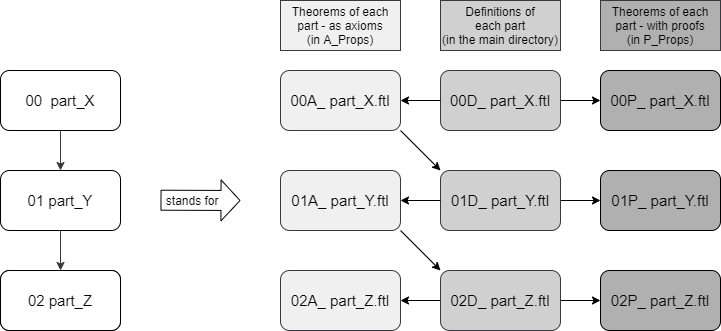
Felix-Thiele/Lin-Algebra-Formalization-FTL keeps this draw.io diagram as project_structure_explained.png. Above is the earlier version. Source tidied: cells renumbered, new cells last; positions are measured from the earlier drawing's top-left corner, leaving out a move shared by most shapes.
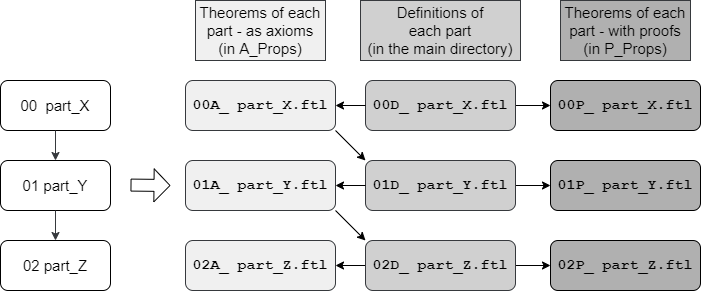
After the change.

What changed in the source:
```diff
@@ -3,91 +3,85 @@
     <mxCell id="0" />
     <mxCell id="1" parent="0" />
     <mxCell id="2" value="00&amp;nbsp; part_X" style="rounded=1;whiteSpace=wrap;html=1;fontSize=15;" parent="1" vertex="1">
-      <mxGeometry y="70" width="120" height="60" as="geometry" />
+      <mxGeometry x="-220" y="280" width="110" height="50" as="geometry" />
     </mxCell>
     <mxCell id="3" value="01 part_Y" style="rounded=1;whiteSpace=wrap;html=1;fontSize=15;" parent="1" vertex="1">
-      <mxGeometry y="170" width="120" height="60" as="geometry" />
+      <mxGeometry x="-220" y="360" width="110" height="50" as="geometry" />
     </mxCell>
-    <mxCell id="4" value="02 chapter_Z" style="rounded=1;whiteSpace=wrap;html=1;fontSize=15;" parent="1" vertex="1">
-      <mxGeometry y="270" width="120" height="60" as="geometry" />
-    </mxCell>
-    <mxCell id="5" style="endArrow=classic;html=1;fontSize=15;exitX=0.5;exitY=1;exitDx=0;exitDy=0;entryX=0.5;entryY=0;entryDx=0;entryDy=0;fillColor=#eeeeee;strokeColor=#36393d;" parent="1" edge="1" source="3" target="4">
+    <mxCell id="5" style="endArrow=classic;html=1;fontSize=15;exitX=0.5;exitY=1;exitDx=0;exitDy=0;entryX=0.5;entryY=0;entryDx=0;entryDy=0;fillColor=#eeeeee;strokeColor=#36393d;" parent="1" edge="1" source="3" target="7">
       <mxGeometry relative="1" as="geometry" />
     </mxCell>
     <mxCell id="6" style="endArrow=classic;html=1;fontSize=15;exitX=0.5;exitY=1;exitDx=0;exitDy=0;fillColor=#eeeeee;strokeColor=#36393d;" parent="1" edge="1" source="2" target="3">
       <mxGeometry relative="1" as="geometry" />
     </mxCell>
     <mxCell id="7" value="02 part_Z" style="rounded=1;whiteSpace=wrap;html=1;fontSize=15;" parent="1" vertex="1">
-      <mxGeometry y="270" width="120" height="60" as="geometry" />
+      <mxGeometry x="-220" y="440" width="110" height="50" as="geometry" />
     </mxCell>
-    <mxCell id="8" style="rounded=0;jettySize=auto;html=1;exitX=1;exitY=0.5;exitDx=0;exitDy=0;entryX=0;entryY=0.5;entryDx=0;entryDy=0;align=right;" parent="1" edge="1" source="9" target="15">
+    <mxCell id="8" style="rounded=0;jettySize=auto;html=1;exitX=1;exitY=0.5;exitDx=0;exitDy=0;entryX=0;entryY=0.5;entryDx=0;entryDy=0;align=right;fontFamily=Courier New;fontSize=15;fontStyle=1;" parent="1" edge="1" source="9" target="15">
       <mxGeometry relative="1" as="geometry" />
     </mxCell>
-    <mxCell id="9" value="00D_ part_X.ftl" style="rounded=1;whiteSpace=wrap;html=1;fontSize=15;fillColor=#D0D0D0;strokeColor=#36393d;" parent="1" vertex="1">
-      <mxGeometry x="440" y="70" width="120" height="60" as="geometry" />
+    <mxCell id="9" value="00D_ part_X.ftl" style="rounded=1;whiteSpace=wrap;html=1;fontSize=15;fillColor=#D0D0D0;strokeColor=#36393d;fontFamily=Courier New;fontStyle=1;" parent="1" vertex="1">
+      <mxGeometry x="145" y="280" width="150" height="50" as="geometry" />
     </mxCell>
-    <mxCell id="10" style="rounded=0;jettySize=auto;html=1;exitX=1;exitY=0.5;exitDx=0;exitDy=0;entryX=0;entryY=0.5;entryDx=0;entryDy=0;align=right;" parent="1" edge="1" source="11" target="16">
+    <mxCell id="10" style="rounded=0;jettySize=auto;html=1;exitX=1;exitY=0.5;exitDx=0;exitDy=0;entryX=0;entryY=0.5;entryDx=0;entryDy=0;align=right;fontFamily=Courier New;fontSize=15;fontStyle=1;" parent="1" edge="1" source="11" target="16">
       <mxGeometry relative="1" as="geometry" />
     </mxCell>
-    <mxCell id="11" value="01D_ part_Y.ftl" style="rounded=1;whiteSpace=wrap;html=1;fontSize=15;fillColor=#D0D0D0;strokeColor=#36393d;" parent="1" vertex="1">
-      <mxGeometry x="440" y="170" width="120" height="60" as="geometry" />
+    <mxCell id="11" value="01D_ part_Y.ftl" style="rounded=1;whiteSpace=wrap;html=1;fontSize=15;fillColor=#D0D0D0;strokeColor=#36393d;fontFamily=Courier New;fontStyle=1;" parent="1" vertex="1">
+      <mxGeometry x="145" y="360" width="150" height="50" as="geometry" />
     </mxCell>
-    <mxCell id="12" style="rounded=0;jettySize=auto;html=1;exitX=0;exitY=0.5;exitDx=0;exitDy=0;entryX=1;entryY=0.5;entryDx=0;entryDy=0;align=right;" parent="1" edge="1" source="14" target="21">
+    <mxCell id="12" style="rounded=0;jettySize=auto;html=1;exitX=0;exitY=0.5;exitDx=0;exitDy=0;entryX=1;entryY=0.5;entryDx=0;entryDy=0;align=right;fontFamily=Courier New;fontSize=15;fontStyle=1;" parent="1" edge="1" source="14" target="21">
       <mxGeometry relative="1" as="geometry" />
     </mxCell>
-    <mxCell id="13" style="rounded=0;jettySize=auto;html=1;exitX=1;exitY=0.5;exitDx=0;exitDy=0;entryX=0;entryY=0.5;entryDx=0;entryDy=0;align=right;" parent="1" edge="1" source="14" target="17">
+    <mxCell id="13" style="rounded=0;jettySize=auto;html=1;exitX=1;exitY=0.5;exitDx=0;exitDy=0;entryX=0;entryY=0.5;entryDx=0;entryDy=0;align=right;fontFamily=Courier New;fontSize=15;fontStyle=1;" parent="1" edge="1" source="14" target="17">
       <mxGeometry relative="1" as="geometry" />
     </mxCell>
-    <mxCell id="14" value="02D_ part_Z.ftl" style="rounded=1;whiteSpace=wrap;html=1;fontSize=15;fillColor=#D0D0D0;strokeColor=#36393d;" parent="1" vertex="1">
-      <mxGeometry x="440" y="270" width="120" height="60" as="geometry" />
+    <mxCell id="14" value="02D_ part_Z.ftl" style="rounded=1;whiteSpace=wrap;html=1;fontSize=15;fillColor=#D0D0D0;strokeColor=#36393d;fontFamily=Courier New;fontStyle=1;" parent="1" vertex="1">
+      <mxGeometry x="145" y="440" width="150" height="50" as="geometry" />
     </mxCell>
-    <mxCell id="15" value="00P_ part_X.ftl" style="rounded=1;whiteSpace=wrap;html=1;fontSize=15;fillColor=#B0B0B0;" parent="1" vertex="1">
-      <mxGeometry x="600" y="70" width="120" height="60" as="geometry" />
+    <mxCell id="15" value="00P_ part_X.ftl" style="rounded=1;whiteSpace=wrap;html=1;fontSize=15;fillColor=#B0B0B0;fontFamily=Courier New;fontStyle=1;" parent="1" vertex="1">
+      <mxGeometry x="330" y="280" width="150" height="50" as="geometry" />
     </mxCell>
-    <mxCell id="16" value="01P_ part_Y.ftl" style="rounded=1;whiteSpace=wrap;html=1;fontSize=15;fillColor=#B0B0B0;" parent="1" vertex="1">
-      <mxGeometry x="600" y="170" width="120" height="60" as="geometry" />
+    <mxCell id="16" value="01P_ part_Y.ftl" style="rounded=1;whiteSpace=wrap;html=1;fontSize=15;fillColor=#B0B0B0;fontFamily=Courier New;fontStyle=1;" parent="1" vertex="1">
+      <mxGeometry x="330" y="360" width="150" height="50" as="geometry" />
     </mxCell>
-    <mxCell id="17" value="02P_ part_Z.ftl" style="rounded=1;whiteSpace=wrap;html=1;fontSize=15;fillColor=#B0B0B0;" parent="1" vertex="1">
-      <mxGeometry x="600" y="270" width="120" height="60" as="geometry" />
+    <mxCell id="17" value="02P_ part_Z.ftl" style="rounded=1;whiteSpace=wrap;html=1;fontSize=15;fillColor=#B0B0B0;fontFamily=Courier New;fontStyle=1;" parent="1" vertex="1">
+      <mxGeometry x="330" y="440" width="150" height="50" as="geometry" />
     </mxCell>
-    <mxCell id="18" style="rounded=0;jettySize=auto;html=1;exitX=1;exitY=1;exitDx=0;exitDy=0;entryX=0;entryY=0;entryDx=0;entryDy=0;align=right;" parent="1" edge="1" source="19" target="11">
+    <mxCell id="18" style="rounded=0;jettySize=auto;html=1;exitX=1;exitY=1;exitDx=0;exitDy=0;entryX=0;entryY=0;entryDx=0;entryDy=0;align=right;fontFamily=Courier New;fontSize=15;fontStyle=1;" parent="1" edge="1" source="19" target="11">
       <mxGeometry relative="1" as="geometry" />
     </mxCell>
-    <mxCell id="19" value="00A_ part_X.ftl" style="rounded=1;whiteSpace=wrap;html=1;fontSize=15;fillColor=#F0F0F0;strokeColor=#36393d;" parent="1" vertex="1">
-      <mxGeometry x="280" y="70" width="120" height="60" as="geometry" />
+    <mxCell id="19" value="00A_ part_X.ftl" style="rounded=1;whiteSpace=wrap;html=1;fontSize=15;fillColor=#F0F0F0;strokeColor=#36393d;fontFamily=Courier New;fontStyle=1;" parent="1" vertex="1">
+      <mxGeometry x="-35" y="280" width="150" height="50" as="geometry" />
     </mxCell>
-    <mxCell id="20" value="01A_ part_Y.ftl" style="rounded=1;whiteSpace=wrap;html=1;fontSize=15;fillColor=#F0F0F0;strokeColor=#36393d;" parent="1" vertex="1">
-      <mxGeometry x="280" y="170" width="120" height="60" as="geometry" />
+    <mxCell id="20" value="01A_ part_Y.ftl" style="rounded=1;whiteSpace=wrap;html=1;fontSize=15;fillColor=#F0F0F0;strokeColor=#36393d;fontFamily=Courier New;fontStyle=1;" parent="1" vertex="1">
+      <mxGeometry x="-35" y="360" width="150" height="50" as="geometry" />
     </mxCell>
-    <mxCell id="21" value="02A_ part_Z.ftl" style="rounded=1;whiteSpace=wrap;html=1;fontSize=15;fillColor=#F0F0F0;strokeColor=#36393d;" parent="1" vertex="1">
-      <mxGeometry x="280" y="270" width="120" height="60" as="geometry" />
+    <mxCell id="21" value="02A_ part_Z.ftl" style="rounded=1;whiteSpace=wrap;html=1;fontSize=15;fillColor=#F0F0F0;strokeColor=#36393d;fontFamily=Courier New;fontStyle=1;" parent="1" vertex="1">
+      <mxGeometry x="-35" y="440" width="150" height="50" as="geometry" />
     </mxCell>
-    <mxCell id="22" style="endArrow=classic;html=1;align=right;exitX=0;exitY=0.5;exitDx=0;exitDy=0;entryX=1;entryY=0.5;entryDx=0;entryDy=0;" parent="1" edge="1" source="9" target="19">
+    <mxCell id="22" style="endArrow=classic;html=1;align=right;exitX=0;exitY=0.5;exitDx=0;exitDy=0;entryX=1;entryY=0.5;entryDx=0;entryDy=0;fontFamily=Courier New;fontSize=15;fontStyle=1;" parent="1" edge="1" source="9" target="19">
       <mxGeometry relative="1" as="geometry" />
     </mxCell>
-    <mxCell id="23" style="endArrow=classic;html=1;align=right;exitX=0;exitY=0.5;exitDx=0;exitDy=0;entryX=1;entryY=0.5;entryDx=0;entryDy=0;" parent="1" edge="1" source="11" target="20">
+    <mxCell id="23" style="endArrow=classic;html=1;align=right;exitX=0;exitY=0.5;exitDx=0;exitDy=0;entryX=1;entryY=0.5;entryDx=0;entryDy=0;fontFamily=Courier New;fontSize=15;fontStyle=1;" parent="1" edge="1" source="11" target="20">
       <mxGeometry relative="1" as="geometry" />
     </mxCell>
-    <mxCell id="24" style="endArrow=classic;html=1;align=right;exitX=1;exitY=1;exitDx=0;exitDy=0;entryX=0;entryY=0;entryDx=0;entryDy=0;" parent="1" edge="1" source="20" target="14">
+    <mxCell id="24" style="endArrow=classic;html=1;align=right;exitX=1;exitY=1;exitDx=0;exitDy=0;entryX=0;entryY=0;entryDx=0;entryDy=0;fontFamily=Courier New;fontSize=15;fontStyle=1;" parent="1" edge="1" source="20" target="14">
       <mxGeometry relative="1" as="geometry" />
     </mxCell>
-    <mxCell id="25" value="&lt;span style=&quot;font-weight: normal&quot;&gt;Definitions of&lt;br&gt;each part&lt;br&gt;(in the main directory)&lt;br&gt;&lt;/span&gt;" style="rounded=0;whiteSpace=wrap;html=1;fontStyle=1;fillColor=#D0D0D0;strokeColor=#36393d;" parent="1" vertex="1">
-      <mxGeometry x="440" width="120" height="50" as="geometry" />
+    <mxCell id="25" value="&lt;span style=&quot;font-weight: normal; font-size: 15px;&quot;&gt;Definitions of&lt;br style=&quot;font-size: 15px;&quot;&gt;each part&lt;br style=&quot;font-size: 15px;&quot;&gt;(in the main directory)&lt;br style=&quot;font-size: 15px;&quot;&gt;&lt;/span&gt;" style="rounded=0;whiteSpace=wrap;html=1;fontStyle=1;fillColor=#D0D0D0;strokeColor=#36393d;fontSize=15;" parent="1" vertex="1">
+      <mxGeometry x="140" y="200" width="160" height="60" as="geometry" />
     </mxCell>
-    <mxCell id="26" value="&lt;span style=&quot;font-weight: 400&quot;&gt;Theorems of each part - as axioms&lt;br&gt;(in A_Props)&lt;br&gt;&lt;/span&gt;" style="rounded=0;whiteSpace=wrap;html=1;fontStyle=1;fillColor=#F0F0F0;strokeColor=#36393d;" parent="1" vertex="1">
-      <mxGeometry x="280" width="120" height="50" as="geometry" />
+    <mxCell id="26" value="&lt;span style=&quot;font-weight: 400; font-size: 15px;&quot;&gt;Theorems of each part - as axioms&lt;br style=&quot;font-size: 15px;&quot;&gt;(in A_Props)&lt;br style=&quot;font-size: 15px;&quot;&gt;&lt;/span&gt;" style="rounded=0;whiteSpace=wrap;html=1;fontStyle=1;fillColor=#F0F0F0;strokeColor=#36393d;fontSize=15;" parent="1" vertex="1">
+      <mxGeometry x="-25" y="200" width="130" height="60" as="geometry" />
     </mxCell>
-    <mxCell id="27" value="&lt;span style=&quot;font-weight: 400&quot;&gt;Theorems of each part - with proofs&lt;br&gt;(in P_Props)&lt;br&gt;&lt;/span&gt;" style="rounded=0;whiteSpace=wrap;html=1;fontStyle=1;fillColor=#B0B0B0;strokeColor=#36393d;" parent="1" vertex="1">
-      <mxGeometry x="600" width="120" height="50" as="geometry" />
+    <mxCell id="27" value="&lt;span style=&quot;font-weight: 400; font-size: 15px;&quot;&gt;Theorems of each part - with proofs&lt;br style=&quot;font-size: 15px;&quot;&gt;(in P_Props)&lt;br style=&quot;font-size: 15px;&quot;&gt;&lt;/span&gt;" style="rounded=0;whiteSpace=wrap;html=1;fontStyle=1;fillColor=#B0B0B0;strokeColor=#36393d;fontSize=15;" parent="1" vertex="1">
+      <mxGeometry x="340" y="200" width="130" height="60" as="geometry" />
     </mxCell>
-    <mxCell id="28" style="shape=flexArrow;endArrow=classic;html=1;width=20;align=right;verticalAlign=middle;horizontal=1;" parent="1" edge="1">
+    <mxCell id="28" style="shape=flexArrow;endArrow=classic;html=1;width=12;align=right;verticalAlign=middle;horizontal=1;endSize=5;" parent="1" edge="1">
       <mxGeometry relative="1" as="geometry">
-        <mxPoint x="160" y="199.7" as="sourcePoint" />
-        <mxPoint x="240" y="200" as="targetPoint" />
+        <mxPoint x="-90" y="384.6" as="sourcePoint" />
+        <mxPoint x="-50" y="385" as="targetPoint" />
       </mxGeometry>
     </mxCell>
-    <mxCell id="29" value="&lt;div&gt;&lt;font style=&quot;font-size: 12px&quot;&gt;&amp;nbsp;stands for&lt;/font&gt;&lt;/div&gt;" style="text;html=1;align=center;verticalAlign=middle;labelBackgroundColor=#ffffff;" parent="28" vertex="1">
-      <mxGeometry x="-0.25" relative="1" as="geometry" />
-    </mxCell>
   </root>
 </mxGraphModel>
```
